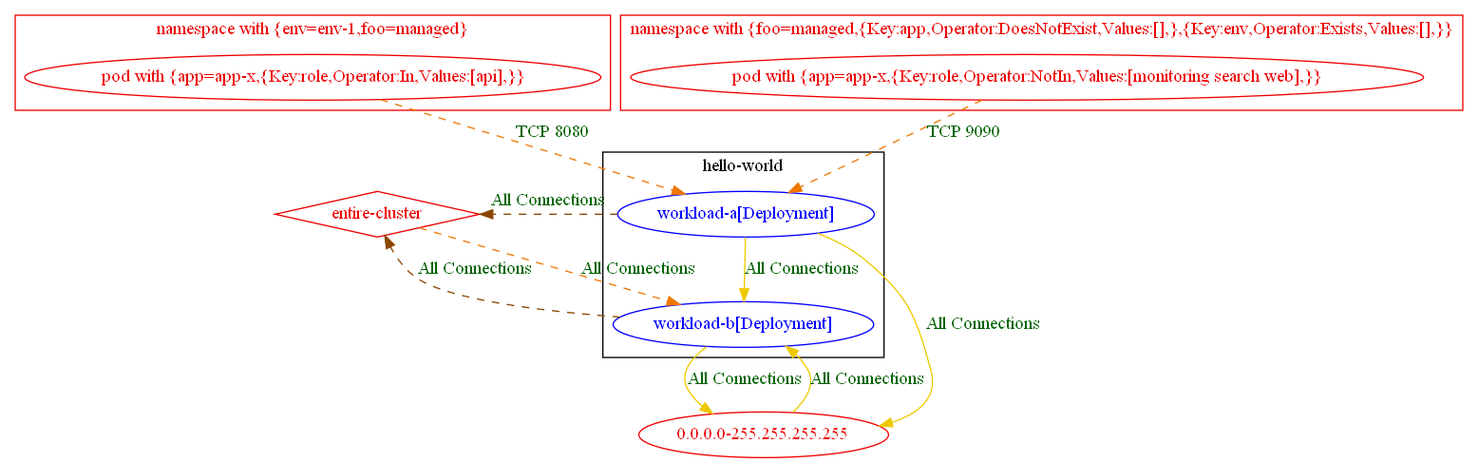
Above: test_outputs/connlist/exposure_test_with_different_rules_6_exposure_output.dot.png in np-guard/netpol-analyzer (Graphviz), before the change. Its source is kept beside it as test_outputs/connlist/exposure_test_with_different_rules_6_exposure_output.dot.
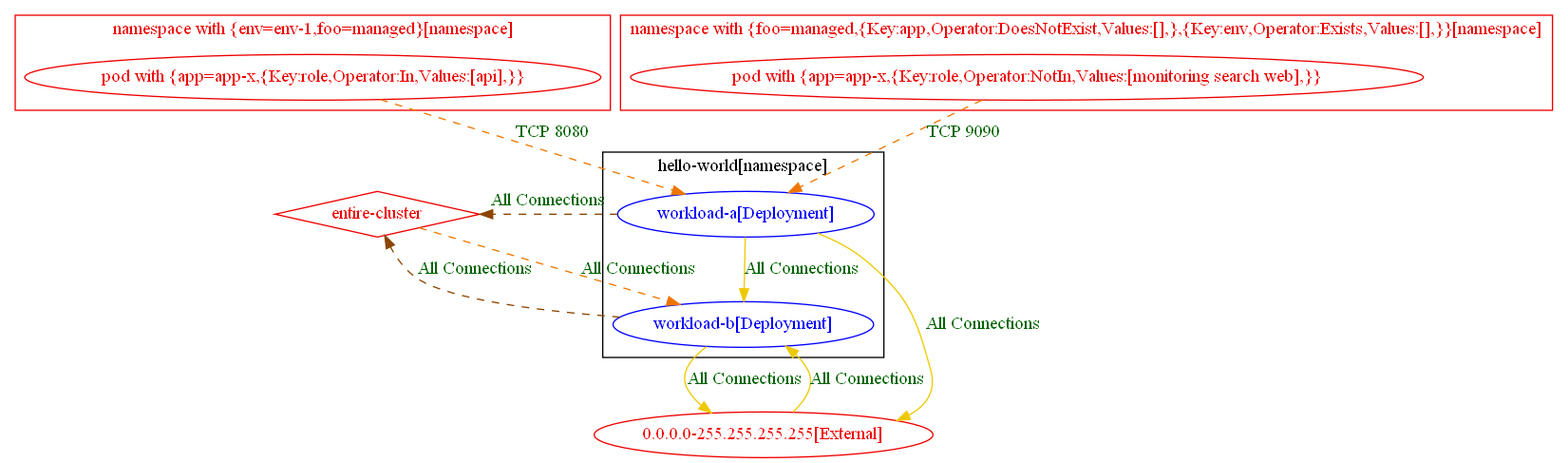
The same file after the commit.

What changed in the source:
```diff
@@ -1,31 +1,31 @@
 digraph {
-	subgraph "cluster_hello_world" {
+	subgraph "cluster_hello_world[namespace]" {
 		color="black"
 		fontcolor="black"
 		"hello-world/workload-a[Deployment]" [label="workload-a[Deployment]" color="blue" fontcolor="blue"]
 		"hello-world/workload-b[Deployment]" [label="workload-b[Deployment]" color="blue" fontcolor="blue"]
-		label="hello-world"
+		label="hello-world[namespace]"
 	}
-	subgraph "cluster_namespace with {env=env_1,foo=managed}" {
+	subgraph "cluster_namespace with {env=env_1,foo=managed}[namespace]" {
 		color="red2"
 		fontcolor="red2"
 		"pod with {app=app-x,{Key:role,Operator:In,Values:[api],}}_in_namespace with {env=env-1,foo=managed}" [label="pod with {app=app-x,{Key:role,Operator:In,Values:[api],}}" color="red2" fontcolor="red2"]
-		label="namespace with {env=env-1,foo=managed}"
+		label="namespace with {env=env-1,foo=managed}[namespace]"
 	}
-	subgraph "cluster_namespace with {foo=managed,{Key:app,Operator:DoesNotExist,Values:[],},{Key:env,Operator:Exists,Values:[],}}" {
+	subgraph "cluster_namespace with {foo=managed,{Key:app,Operator:DoesNotExist,Values:[],},{Key:env,Operator:Exists,Values:[],}}[namespace]" {
 		color="red2"
 		fontcolor="red2"
 		"pod with {app=app-x,{Key:role,Operator:NotIn,Values:[monitoring search web],}}_in_namespace with {foo=managed,{Key:app,Operator:DoesNotExist,Values:[],},{Key:env,Operator:Exists,Values:[],}}" [label="pod with {app=app-x,{Key:role,Operator:NotIn,Values:[monitoring search web],}}" color="red2" fontcolor="red2"]
-		label="namespace with {foo=managed,{Key:app,Operator:DoesNotExist,Values:[],},{Key:env,Operator:Exists,Values:[],}}"
+		label="namespace with {foo=managed,{Key:app,Operator:DoesNotExist,Values:[],},{Key:env,Operator:Exists,Values:[],}}[namespace]"
 	}
-	"0.0.0.0-255.255.255.255" [label="0.0.0.0-255.255.255.255" color="red2" fontcolor="red2"]
+	"0.0.0.0-255.255.255.255[External]" [label="0.0.0.0-255.255.255.255[External]" color="red2" fontcolor="red2"]
 	"entire-cluster" [label="entire-cluster" color="red2" fontcolor="red2" shape=diamond]
-	"0.0.0.0-255.255.255.255" -> "hello-world/workload-b[Deployment]" [label="All Connections" color="gold2" fontcolor="darkgreen" weight=0.5]
+	"0.0.0.0-255.255.255.255[External]" -> "hello-world/workload-b[Deployment]" [label="All Connections" color="gold2" fontcolor="darkgreen" weight=0.5]
 	"entire-cluster" -> "hello-world/workload-b[Deployment]" [label="All Connections" color="darkorange2" fontcolor="darkgreen" weight=1 style=dashed]
-	"hello-world/workload-a[Deployment]" -> "0.0.0.0-255.255.255.255" [label="All Connections" color="gold2" fontcolor="darkgreen" weight=1]
+	"hello-world/workload-a[Deployment]" -> "0.0.0.0-255.255.255.255[External]" [label="All Connections" color="gold2" fontcolor="darkgreen" weight=1]
 	"hello-world/workload-a[Deployment]" -> "entire-cluster" [label="All Connections" color="darkorange4" fontcolor="darkgreen" weight=0.5 style=dashed]
 	"hello-world/workload-a[Deployment]" -> "hello-world/workload-b[Deployment]" [label="All Connections" color="gold2" fontcolor="darkgreen" weight=0.5]
-	"hello-world/workload-b[Deployment]" -> "0.0.0.0-255.255.255.255" [label="All Connections" color="gold2" fontcolor="darkgreen" weight=1]
+	"hello-world/workload-b[Deployment]" -> "0.0.0.0-255.255.255.255[External]" [label="All Connections" color="gold2" fontcolor="darkgreen" weight=1]
 	"hello-world/workload-b[Deployment]" -> "entire-cluster" [label="All Connections" color="darkorange4" fontcolor="darkgreen" weight=0.5 style=dashed]
 	"pod with {app=app-x,{Key:role,Operator:In,Values:[api],}}_in_namespace with {env=env-1,foo=managed}" -> "hello-world/workload-a[Deployment]" [label="TCP 8080" color="darkorange2" fontcolor="darkgreen" weight=1 style=dashed]
 	"pod with {app=app-x,{Key:role,Operator:NotIn,Values:[monitoring search web],}}_in_namespace with {foo=managed,{Key:app,Operator:DoesNotExist,Values:[],},{Key:env,Operator:Exists,Values:[],}}" -> "hello-world/workload-a[Deployment]" [label="TCP 9090" color="darkorange2" fontcolor="darkgreen" weight=1 style=dashed]
```
